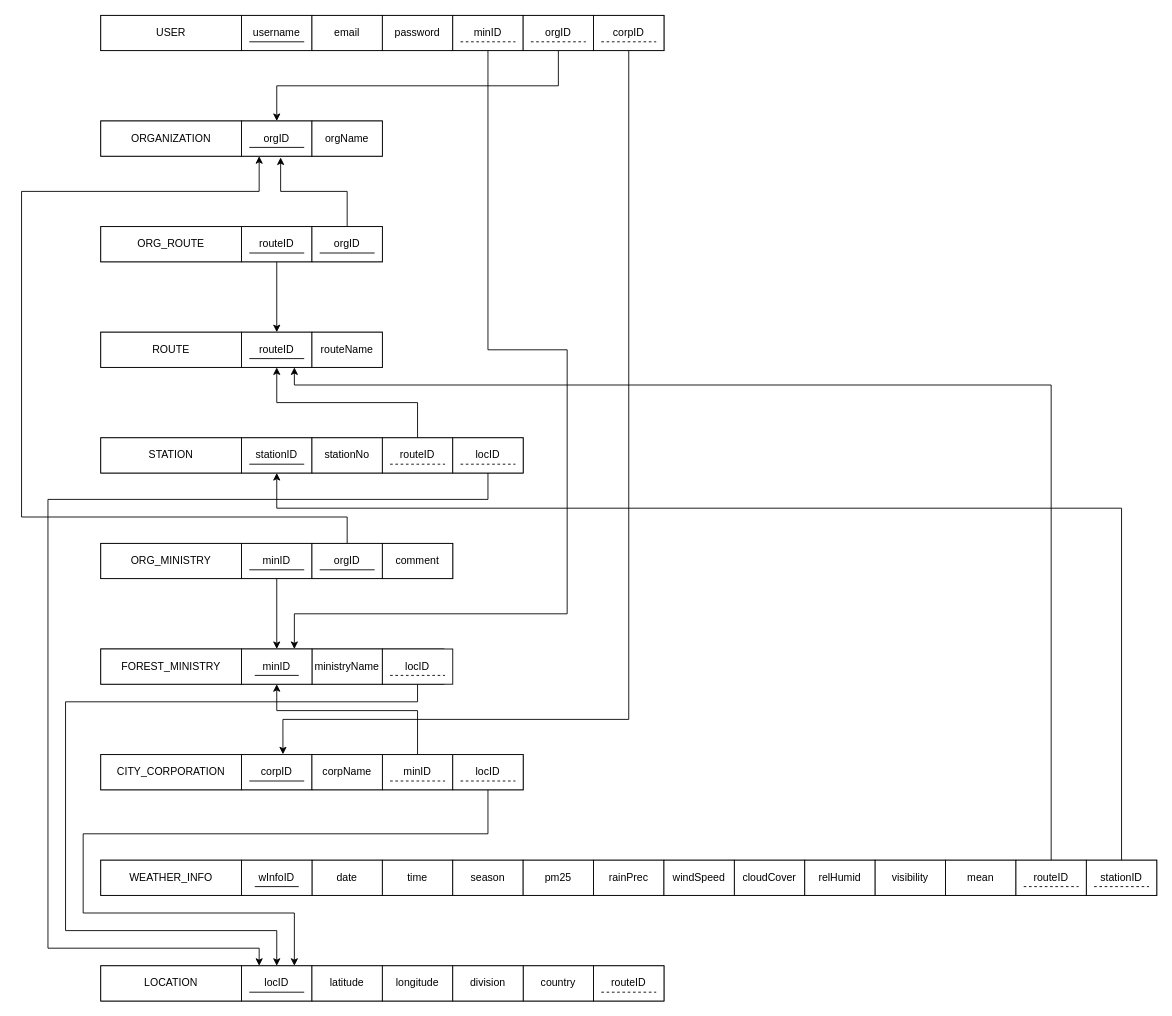
zorojuro75/CSE303-sec-03-Group-03 keeps this draw.io diagram as z-design/RELATIONAL_SCHEMA.drawio. Above is the earlier version. Source tidied: cells renumbered, new cells numbered last; positions are measured from the earlier drawing's top-left corner, leaving out a move shared by most shapes. Both pictures are drawn from the tidied source at 88%, with x=0, y=0 at pixel (21, 15).
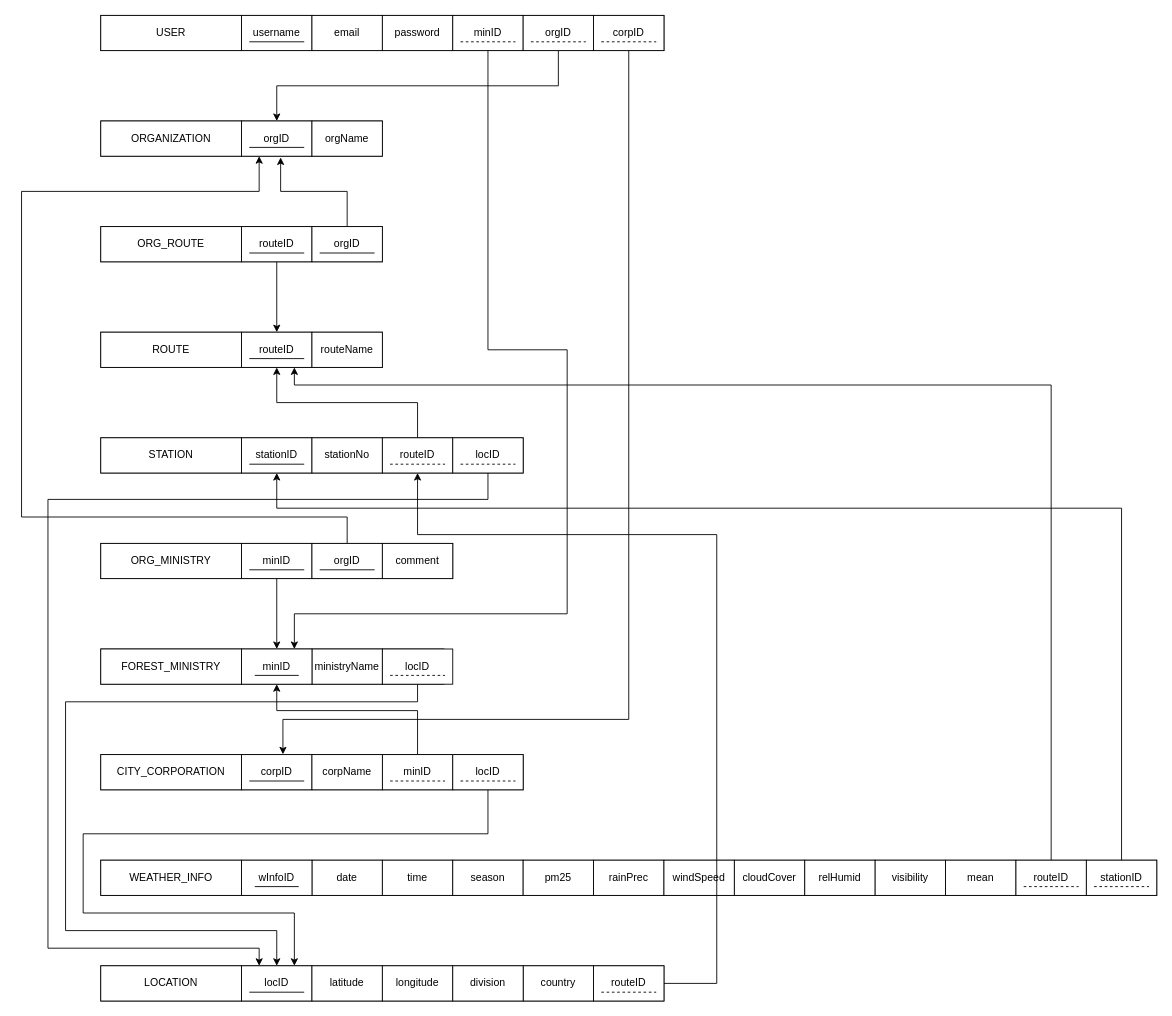
The same page after the edit.

Unchanged cells that the change refers to:
```xml
<mxCell id="86" value="routeID" style="rounded=0;whiteSpace=wrap;html=1;" parent="1" vertex="1">
  <mxGeometry x="410" y="480" width="80" height="40" as="geometry" />
</mxCell>
<mxCell id="91" value="routeID" style="rounded=0;whiteSpace=wrap;html=1;" parent="1" vertex="1">
  <mxGeometry x="650" y="1080" width="80" height="40" as="geometry" />
</mxCell>
```

What changed in the source:
```diff
@@
+    <mxCell id="104" style="edgeStyle=orthogonalEdgeStyle;rounded=0;jettySize=auto;html=1;entryX=0.5;entryY=1;entryDx=0;entryDy=0;" parent="1" edge="1" source="91" target="86">
+      <mxGeometry relative="1" as="geometry">
+        <Array as="points">
+          <mxPoint x="790" y="1100" />
+          <mxPoint x="790" y="590" />
+          <mxPoint x="450" y="590" />
+        </Array>
+      </mxGeometry>
+    </mxCell>
```
